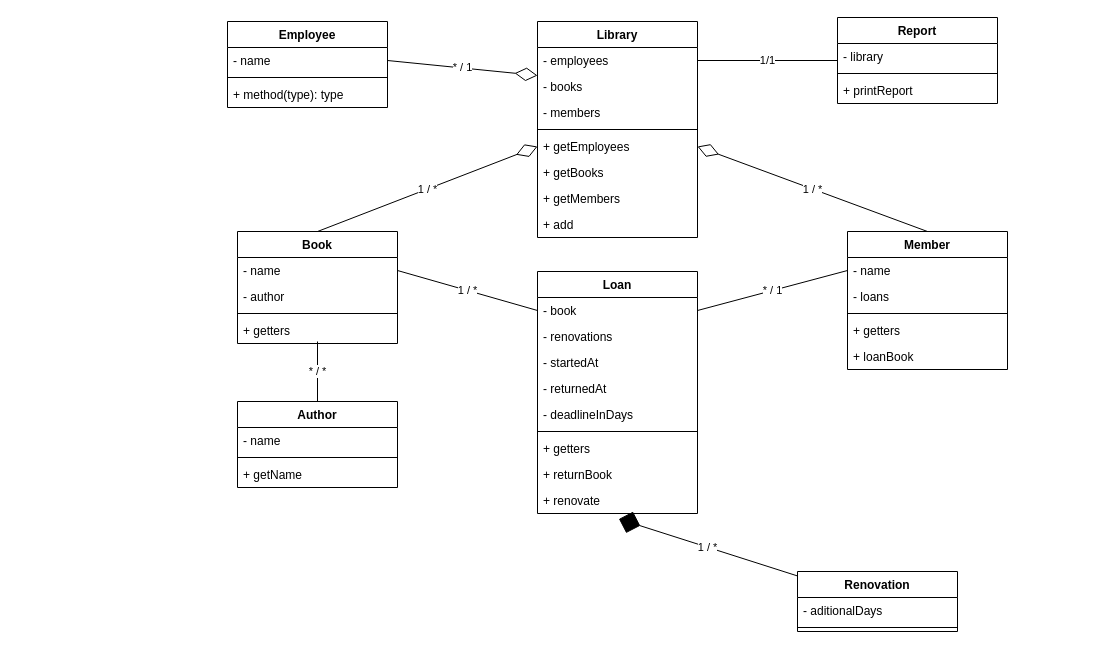
Before: uml.drawio in gabrielhaj/MC322, a draw.io diagram. Source tidied: cells renumbered, new cells numbered last; positions are measured from the earlier drawing's top-left corner, leaving out a move shared by most shapes. Both pictures are drawn from the tidied source at 100%, with x=0, y=0 at pixel (227, 17).
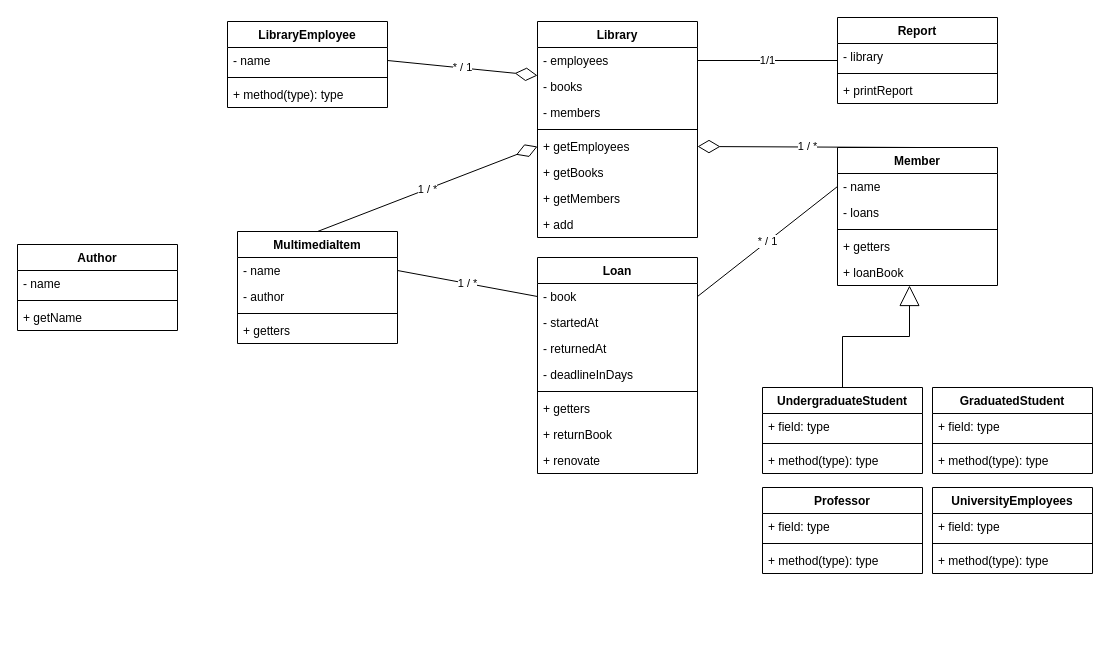
The same diagram, later.

Commit message (it also covers changes not shown here):
spliting uml for paralel work

Unchanged cells that the change refers to:
```xml
<mxCell id="6" value="+ getters" style="text;strokeColor=none;fillColor=none;align=left;verticalAlign=top;spacingLeft=4;spacingRight=4;overflow=hidden;points=[[0,0.5],[1,0.5]];portConstraint=eastwest;" parent="2" vertex="1">
  <mxGeometry y="86" width="160" height="26" as="geometry" />
</mxCell>
```

Diff of the diagram source:
```diff
@@
-    <mxCell id="2" value="Book" style="swimlane;fontStyle=1;align=center;verticalAlign=top;horizontal=1;startSize=26;" parent="1" vertex="1">
+    <mxCell id="2" value="MultimediaItem" style="swimlane;fontStyle=1;align=center;verticalAlign=top;horizontal=1;startSize=26;" parent="1" vertex="1">
       <mxGeometry x="10" y="214" width="160" height="112" as="geometry" />
     </mxCell>
@@
     <mxCell id="7" value="Loan" style="swimlane;fontStyle=1;align=center;verticalAlign=top;horizontal=1;startSize=26;" parent="1" vertex="1">
-      <mxGeometry x="310" y="254" width="160" height="242" as="geometry" />
+      <mxGeometry x="310" y="240" width="160" height="216" as="geometry" />
     </mxCell>
@@
-    <mxCell id="9" value="- renovations" style="text;strokeColor=none;fillColor=none;align=left;verticalAlign=top;spacingLeft=4;spacingRight=4;overflow=hidden;" parent="7" vertex="1">
-      <mxGeometry y="52" width="160" height="26" as="geometry" />
-    </mxCell>
     <mxCell id="10" value="- startedAt" style="text;strokeColor=none;fillColor=none;align=left;verticalAlign=top;spacingLeft=4;spacingRight=4;overflow=hidden;" parent="7" vertex="1">
-      <mxGeometry y="78" width="160" height="26" as="geometry" />
+      <mxGeometry y="52" width="160" height="26" as="geometry" />
     </mxCell>
     <mxCell id="11" value="- returnedAt" style="text;strokeColor=none;fillColor=none;align=left;verticalAlign=top;spacingLeft=4;spacingRight=4;overflow=hidden;" parent="7" vertex="1">
-      <mxGeometry y="104" width="160" height="26" as="geometry" />
+      <mxGeometry y="78" width="160" height="26" as="geometry" />
     </mxCell>
     <mxCell id="12" value="- deadlineInDays" style="text;strokeColor=none;fillColor=none;align=left;verticalAlign=top;spacingLeft=4;spacingRight=4;overflow=hidden;" parent="7" vertex="1">
-      <mxGeometry y="130" width="160" height="26" as="geometry" />
+      <mxGeometry y="104" width="160" height="26" as="geometry" />
     </mxCell>
     <mxCell id="13" style="line;strokeWidth=1;fillColor=none;align=left;verticalAlign=middle;spacingTop=-1;spacingLeft=3;spacingRight=3;labelPosition=right;strokeColor=inherit;" parent="7" vertex="1">
-      <mxGeometry y="156" width="160" height="8" as="geometry" />
+      <mxGeometry y="130" width="160" height="8" as="geometry" />
     </mxCell>
     <mxCell id="14" value="+ getters" style="text;strokeColor=none;fillColor=none;align=left;verticalAlign=top;spacingLeft=4;spacingRight=4;overflow=hidden;" parent="7" vertex="1">
-      <mxGeometry y="164" width="160" height="26" as="geometry" />
+      <mxGeometry y="138" width="160" height="26" as="geometry" />
     </mxCell>
     <mxCell id="15" value="+ returnBook" style="text;strokeColor=none;fillColor=none;align=left;verticalAlign=top;spacingLeft=4;spacingRight=4;overflow=hidden;" parent="7" vertex="1">
-      <mxGeometry y="190" width="160" height="26" as="geometry" />
+      <mxGeometry y="164" width="160" height="26" as="geometry" />
     </mxCell>
     <mxCell id="16" value="+ renovate" style="text;strokeColor=none;fillColor=none;align=left;verticalAlign=top;spacingLeft=4;spacingRight=4;overflow=hidden;points=[[0,0.5],[1,0.5]];portConstraint=eastwest;" parent="7" vertex="1">
-      <mxGeometry y="216" width="160" height="26" as="geometry" />
+      <mxGeometry y="190" width="160" height="26" as="geometry" />
     </mxCell>
@@
     <mxCell id="26" value="Member" style="swimlane;fontStyle=1;align=center;verticalAlign=top;horizontal=1;startSize=26;" parent="1" vertex="1">
-      <mxGeometry x="620" y="214" width="160" height="138" as="geometry" />
+      <mxGeometry x="610" y="130" width="160" height="138" as="geometry" />
     </mxCell>
@@
-    <mxCell id="33" value="Employee" style="swimlane;fontStyle=1;align=center;verticalAlign=top;horizontal=1;startSize=26;" parent="1" vertex="1">
+    <mxCell id="33" value="LibraryEmployee" style="swimlane;fontStyle=1;align=center;verticalAlign=top;horizontal=1;startSize=26;" parent="1" vertex="1">
       <mxGeometry y="4" width="160" height="86" as="geometry" />
     </mxCell>
@@
-    <mxCell id="41" value="1 / *" style="edgeStyle=none;html=1;endArrow=diamond;endFill=1;endSize=20;startSize=20;entryX=0.509;entryY=1.209;entryDx=0;entryDy=0;entryPerimeter=0;" parent="1" edge="1" source="42" target="16">
-      <mxGeometry relative="1" as="geometry" />
-    </mxCell>
-    <mxCell id="42" value="Renovation" style="swimlane;fontStyle=1;align=center;verticalAlign=top;horizontal=1;startSize=26;" parent="1" vertex="1">
-      <mxGeometry x="570" y="554" width="160" height="60" as="geometry" />
-    </mxCell>
-    <mxCell id="43" value="- aditionalDays" style="text;strokeColor=none;fillColor=none;align=left;verticalAlign=top;spacingLeft=4;spacingRight=4;overflow=hidden;" parent="42" vertex="1">
-      <mxGeometry y="26" width="160" height="26" as="geometry" />
-    </mxCell>
-    <mxCell id="44" style="line;strokeWidth=1;fillColor=none;align=left;verticalAlign=middle;spacingTop=-1;spacingLeft=3;spacingRight=3;labelPosition=right;strokeColor=inherit;" parent="42" vertex="1">
-      <mxGeometry y="52" width="160" height="8" as="geometry" />
-    </mxCell>
@@
-    <mxCell id="50" value="* / *" style="edgeStyle=none;html=1;exitX=0.5;exitY=0;exitDx=0;exitDy=0;entryX=0.5;entryY=0.923;entryDx=0;entryDy=0;entryPerimeter=0;startArrow=none;startFill=0;endArrow=none;endFill=0;startSize=20;endSize=20;" parent="1" edge="1" source="51" target="6">
-      <mxGeometry relative="1" as="geometry" />
-    </mxCell>
     <mxCell id="51" value="Author" style="swimlane;fontStyle=1;align=center;verticalAlign=top;horizontal=1;startSize=26;" parent="1" vertex="1">
-      <mxGeometry x="10" y="384" width="160" height="86" as="geometry" />
+      <mxGeometry x="-210" y="227" width="160" height="86" as="geometry" />
     </mxCell>
@@
+    <mxCell id="55" style="edgeStyle=orthogonalEdgeStyle;html=1;exitX=0.5;exitY=0;exitDx=0;exitDy=0;endArrow=block;endFill=0;endSize=18;rounded=0;jumpStyle=none;" parent="1" edge="1" source="56" target="26">
+      <mxGeometry relative="1" as="geometry">
+        <Array as="points">
+          <mxPoint x="615" y="319" />
+          <mxPoint x="682" y="319" />
+        </Array>
+      </mxGeometry>
+    </mxCell>
+    <mxCell id="56" value="UndergraduateStudent" style="swimlane;fontStyle=1;align=center;verticalAlign=top;horizontal=1;startSize=26;" parent="1" vertex="1">
+      <mxGeometry x="535" y="370" width="160" height="86" as="geometry" />
+    </mxCell>
+    <mxCell id="57" value="+ field: type" style="text;strokeColor=none;fillColor=none;align=left;verticalAlign=top;spacingLeft=4;spacingRight=4;overflow=hidden;" parent="56" vertex="1">
+      <mxGeometry y="26" width="160" height="26" as="geometry" />
+    </mxCell>
+    <mxCell id="58" style="line;strokeWidth=1;fillColor=none;align=left;verticalAlign=middle;spacingTop=-1;spacingLeft=3;spacingRight=3;labelPosition=right;strokeColor=inherit;" parent="56" vertex="1">
+      <mxGeometry y="52" width="160" height="8" as="geometry" />
+    </mxCell>
+    <mxCell id="59" value="+ method(type): type" style="text;strokeColor=none;fillColor=none;align=left;verticalAlign=top;spacingLeft=4;spacingRight=4;overflow=hidden;" parent="56" vertex="1">
+      <mxGeometry y="60" width="160" height="26" as="geometry" />
+    </mxCell>
+    <mxCell id="60" value="GraduatedStudent" style="swimlane;fontStyle=1;align=center;verticalAlign=top;horizontal=1;startSize=26;" parent="1" vertex="1">
+      <mxGeometry x="705" y="370" width="160" height="86" as="geometry" />
+    </mxCell>
+    <mxCell id="61" value="+ field: type" style="text;strokeColor=none;fillColor=none;align=left;verticalAlign=top;spacingLeft=4;spacingRight=4;overflow=hidden;" parent="60" vertex="1">
+      <mxGeometry y="26" width="160" height="26" as="geometry" />
+    </mxCell>
+    <mxCell id="62" style="line;strokeWidth=1;fillColor=none;align=left;verticalAlign=middle;spacingTop=-1;spacingLeft=3;spacingRight=3;labelPosition=right;strokeColor=inherit;" parent="60" vertex="1">
+      <mxGeometry y="52" width="160" height="8" as="geometry" />
+    </mxCell>
+    <mxCell id="63" value="+ method(type): type" style="text;strokeColor=none;fillColor=none;align=left;verticalAlign=top;spacingLeft=4;spacingRight=4;overflow=hidden;" parent="60" vertex="1">
+      <mxGeometry y="60" width="160" height="26" as="geometry" />
+    </mxCell>
+    <mxCell id="64" value="Professor" style="swimlane;fontStyle=1;align=center;verticalAlign=top;horizontal=1;startSize=26;" parent="1" vertex="1">
+      <mxGeometry x="535" y="470" width="160" height="86" as="geometry" />
+    </mxCell>
+    <mxCell id="65" value="+ field: type" style="text;strokeColor=none;fillColor=none;align=left;verticalAlign=top;spacingLeft=4;spacingRight=4;overflow=hidden;" parent="64" vertex="1">
+      <mxGeometry y="26" width="160" height="26" as="geometry" />
+    </mxCell>
+    <mxCell id="66" style="line;strokeWidth=1;fillColor=none;align=left;verticalAlign=middle;spacingTop=-1;spacingLeft=3;spacingRight=3;labelPosition=right;strokeColor=inherit;" parent="64" vertex="1">
+      <mxGeometry y="52" width="160" height="8" as="geometry" />
+    </mxCell>
+    <mxCell id="67" value="+ method(type): type" style="text;strokeColor=none;fillColor=none;align=left;verticalAlign=top;spacingLeft=4;spacingRight=4;overflow=hidden;" parent="64" vertex="1">
+      <mxGeometry y="60" width="160" height="26" as="geometry" />
+    </mxCell>
+    <mxCell id="68" value="UniversityEmployees" style="swimlane;fontStyle=1;align=center;verticalAlign=top;horizontal=1;startSize=26;" parent="1" vertex="1">
+      <mxGeometry x="705" y="470" width="160" height="86" as="geometry" />
+    </mxCell>
+    <mxCell id="69" value="+ field: type" style="text;strokeColor=none;fillColor=none;align=left;verticalAlign=top;spacingLeft=4;spacingRight=4;overflow=hidden;" parent="68" vertex="1">
+      <mxGeometry y="26" width="160" height="26" as="geometry" />
+    </mxCell>
+    <mxCell id="70" style="line;strokeWidth=1;fillColor=none;align=left;verticalAlign=middle;spacingTop=-1;spacingLeft=3;spacingRight=3;labelPosition=right;strokeColor=inherit;" parent="68" vertex="1">
+      <mxGeometry y="52" width="160" height="8" as="geometry" />
+    </mxCell>
+    <mxCell id="71" value="+ method(type): type" style="text;strokeColor=none;fillColor=none;align=left;verticalAlign=top;spacingLeft=4;spacingRight=4;overflow=hidden;" parent="68" vertex="1">
+      <mxGeometry y="60" width="160" height="26" as="geometry" />
+    </mxCell>
```
